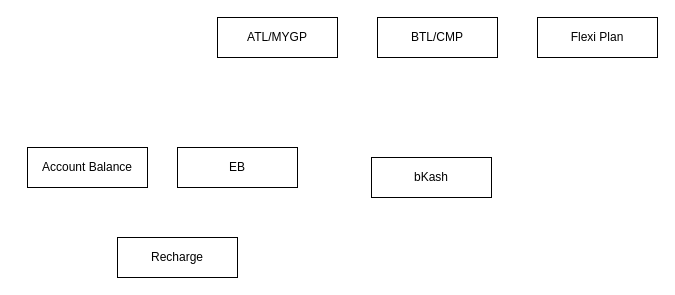
The draw.io diagram Pack Journey.drawio in sudiptobd/diagrams, before the edit. Source tidied: cells renumbered, new cells numbered last; positions are measured from the earlier drawing's top-left corner, leaving out a move shared by most shapes. Both pictures are drawn from the tidied source at 100%, with x=0, y=0 at pixel (27, 17).
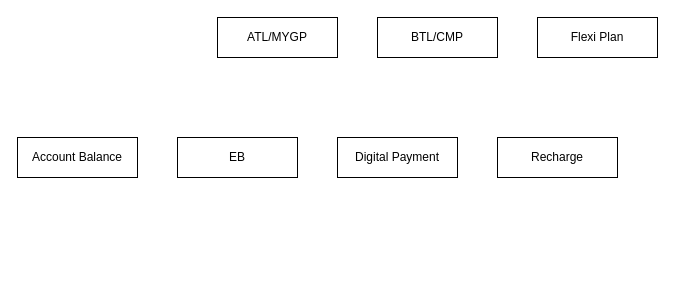
Above is the later version.

What changed in the source:
```diff
@@
 <mxGraphModel>
   <root>
     <mxCell id="0" />
     <mxCell id="1" parent="0" />
     <mxCell id="2" value="ATL/MYGP" style="rounded=0;whiteSpace=wrap;html=1;" parent="1" vertex="1">
       <mxGeometry x="190" width="120" height="40" as="geometry" />
     </mxCell>
     <mxCell id="3" value="BTL/CMP" style="rounded=0;whiteSpace=wrap;html=1;" parent="1" vertex="1">
       <mxGeometry x="350" width="120" height="40" as="geometry" />
     </mxCell>
     <mxCell id="4" value="Flexi Plan" style="rounded=0;whiteSpace=wrap;html=1;" parent="1" vertex="1">
       <mxGeometry x="510" width="120" height="40" as="geometry" />
     </mxCell>
     <mxCell id="5" value="Recharge" style="rounded=0;whiteSpace=wrap;html=1;" parent="1" vertex="1">
-      <mxGeometry x="90" y="220" width="120" height="40" as="geometry" />
+      <mxGeometry x="470" y="120" width="120" height="40" as="geometry" />
     </mxCell>
     <mxCell id="6" value="Account Balance" style="rounded=0;whiteSpace=wrap;html=1;" parent="1" vertex="1">
-      <mxGeometry y="130" width="120" height="40" as="geometry" />
+      <mxGeometry x="-10" y="120" width="120" height="40" as="geometry" />
     </mxCell>
     <mxCell id="7" value="EB" style="rounded=0;whiteSpace=wrap;html=1;" parent="1" vertex="1">
-      <mxGeometry x="150" y="130" width="120" height="40" as="geometry" />
+      <mxGeometry x="150" y="120" width="120" height="40" as="geometry" />
     </mxCell>
-    <mxCell id="8" value="bKash" style="rounded=0;whiteSpace=wrap;html=1;" parent="1" vertex="1">
-      <mxGeometry x="344" y="140" width="120" height="40" as="geometry" />
+    <mxCell id="8" value="Digital Payment" style="rounded=0;whiteSpace=wrap;html=1;" parent="1" vertex="1">
+      <mxGeometry x="310" y="120" width="120" height="40" as="geometry" />
     </mxCell>
   </root>
 </mxGraphModel>
```
